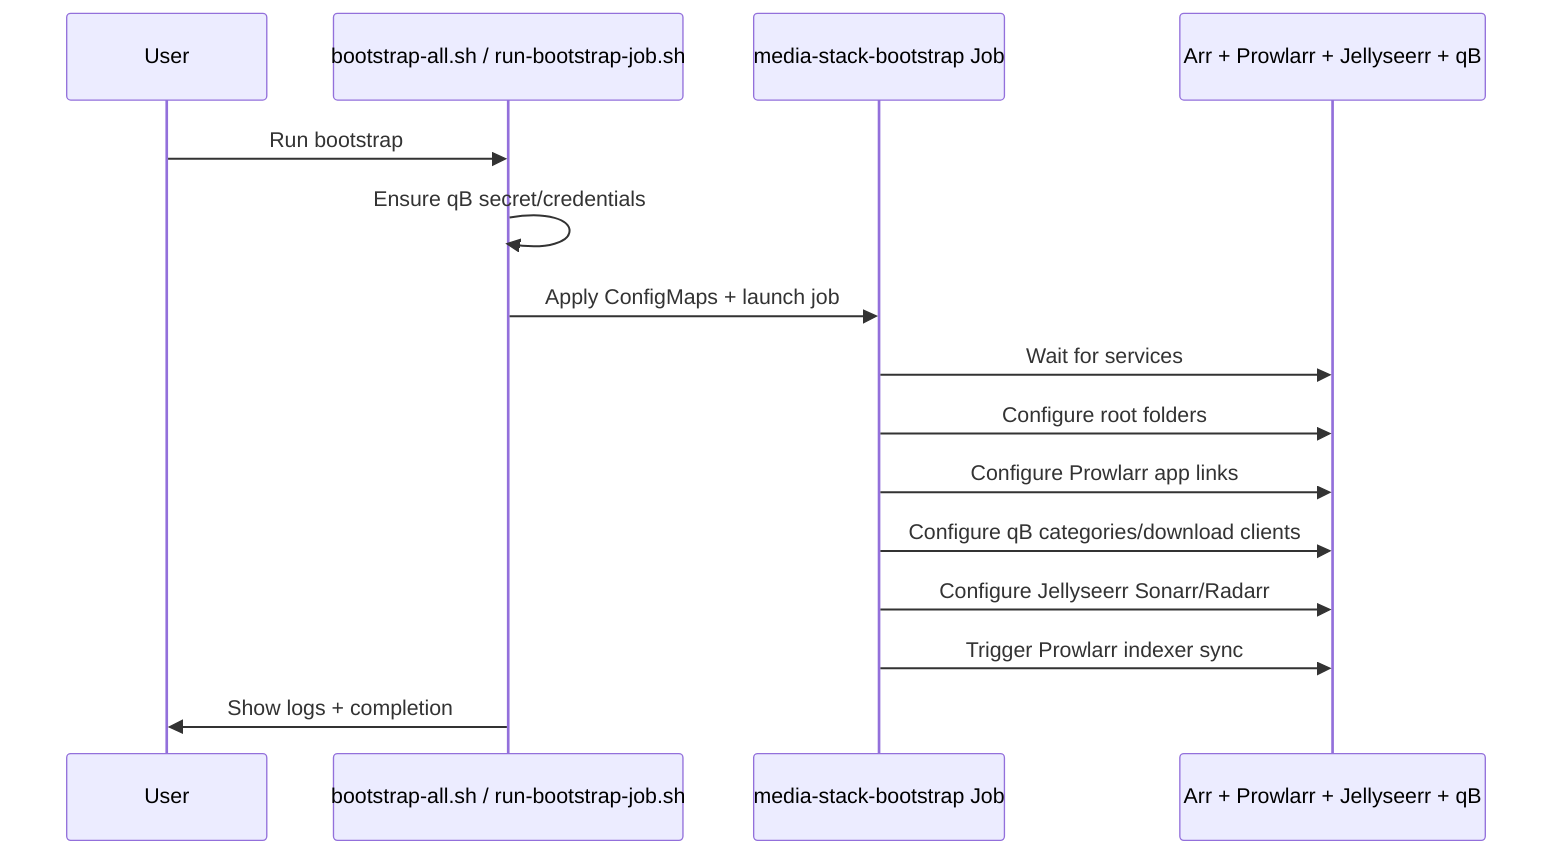
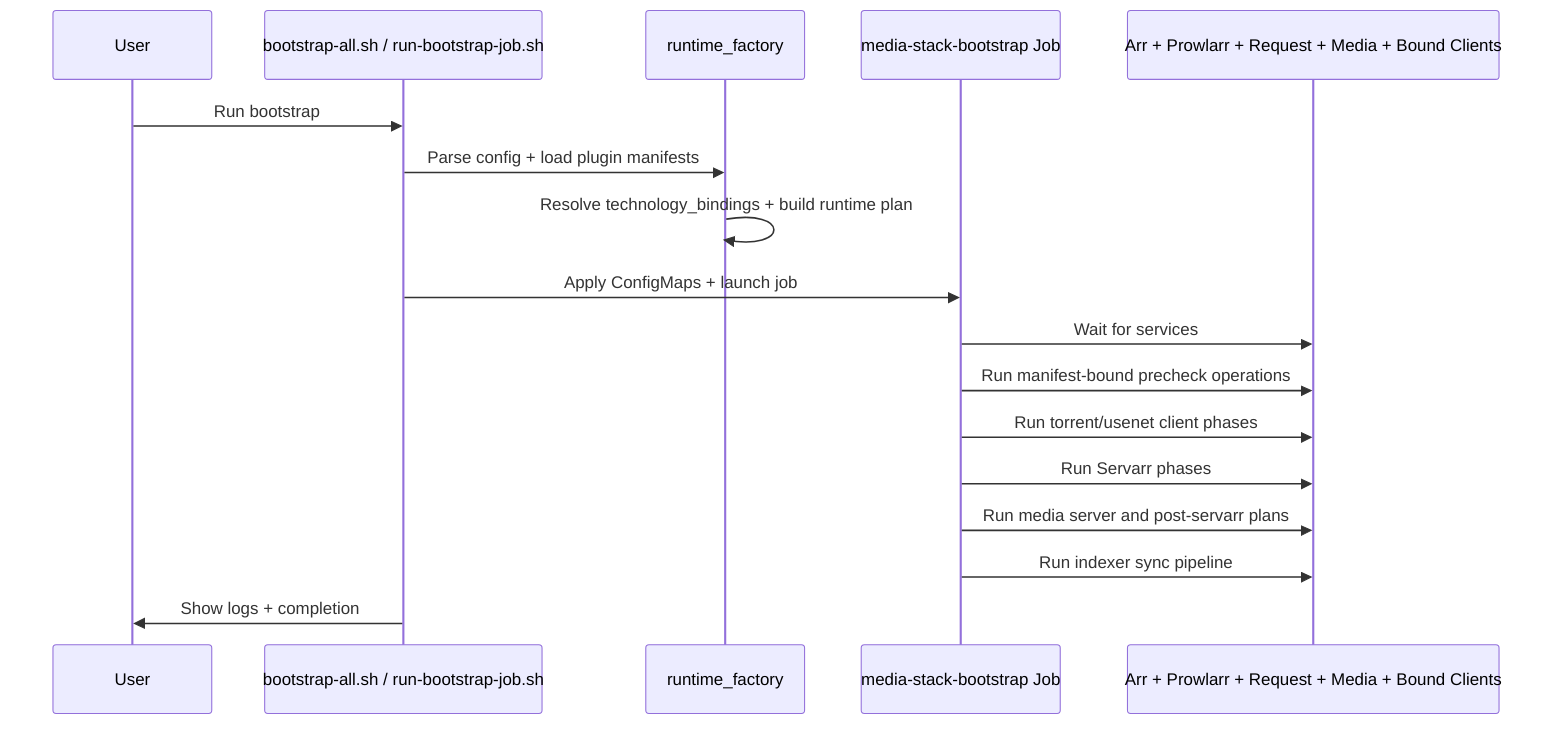
sequenceDiagram
  participant User
  participant Script as bootstrap-all.sh / run-bootstrap-job.sh
+   participant Factory as runtime_factory
  participant Job as media-stack-bootstrap Job
-   participant Apps as Arr + Prowlarr + Jellyseerr + qB
+   participant Apps as Arr + Prowlarr + Request + Media + Bound Clients

  User->>Script: Run bootstrap
-   Script->>Script: Ensure qB secret/credentials
+   Script->>Factory: Parse config + load plugin manifests
+   Factory->>Factory: Resolve technology_bindings + build runtime plan
  Script->>Job: Apply ConfigMaps + launch job
  Job->>Apps: Wait for services
-   Job->>Apps: Configure root folders
-   Job->>Apps: Configure Prowlarr app links
-   Job->>Apps: Configure qB categories/download clients
-   Job->>Apps: Configure Jellyseerr Sonarr/Radarr
-   Job->>Apps: Trigger Prowlarr indexer sync
+   Job->>Apps: Run manifest-bound precheck operations
+   Job->>Apps: Run torrent/usenet client phases
+   Job->>Apps: Run Servarr phases
+   Job->>Apps: Run media server and post-servarr plans
+   Job->>Apps: Run indexer sync pipeline
  Script->>User: Show logs + completion
